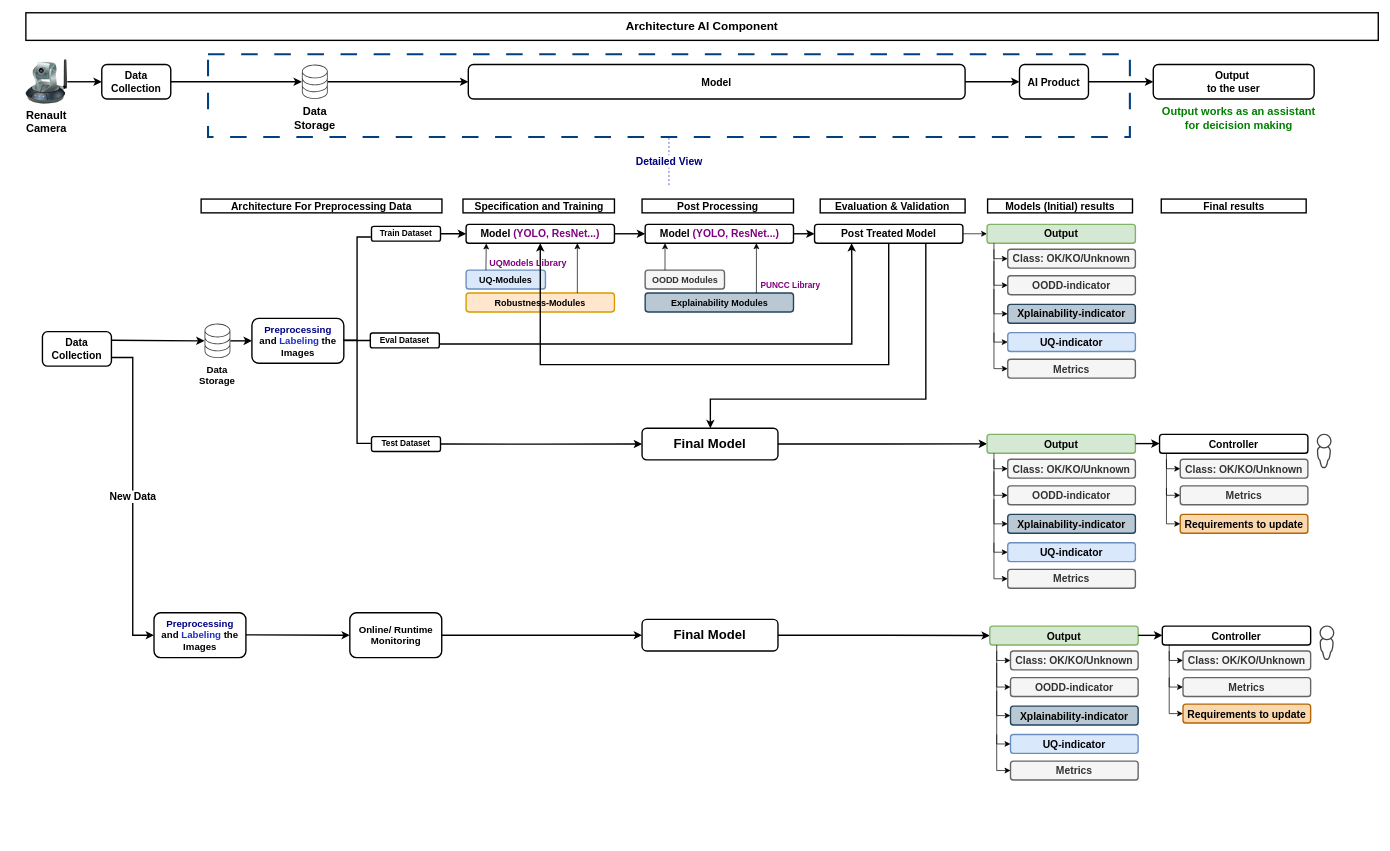
The draw.io diagram Diagramme sans nom.drawio in Michel93DM/IA_Composant_Architec, before the edit. Source tidied: cells renumbered, new cells numbered last; positions are measured from the earlier drawing's top-left corner, leaving out a move shared by most shapes. Both pictures are drawn from the tidied source at 69%, with x=0, y=0 at pixel (12, 12).
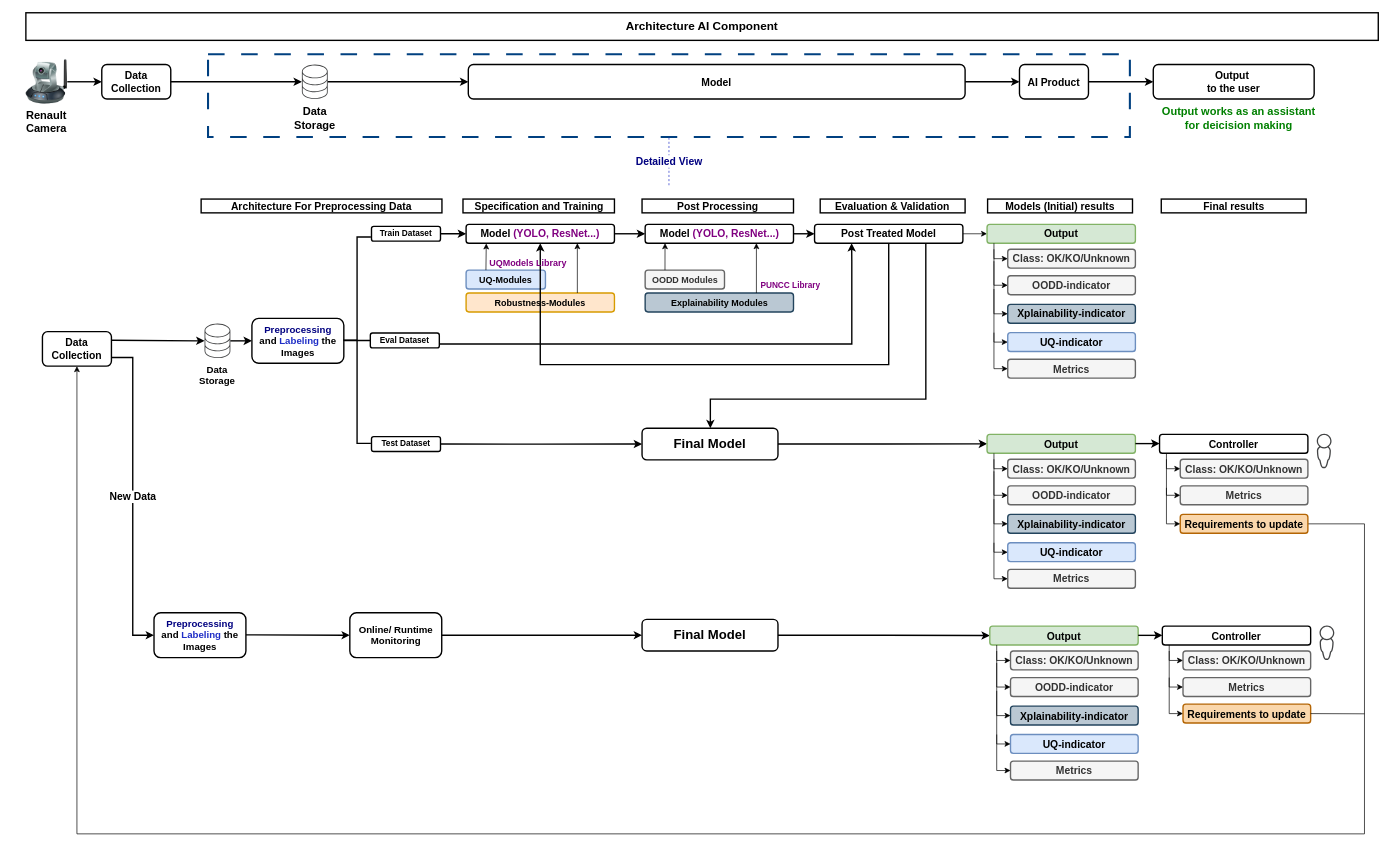
The same page after the edit.

The change refers to these unchanged cells:
```xml
<mxCell id="64" value="Data Collection" style="rounded=1;whiteSpace=wrap;html=1;strokeWidth=2;fontSize=15;fontStyle=1;" parent="1" vertex="1">
  <mxGeometry x="44" y="462.2" width="100" height="50" as="geometry" />
</mxCell>
<mxCell id="113" value="Requirements to update" style="rounded=1;whiteSpace=wrap;html=1;strokeWidth=2;fontSize=15;fontStyle=1;fillColor=#fad7ac;strokeColor=#b46504;" parent="1" vertex="1">
  <mxGeometry x="1693" y="727" width="185" height="27.4" as="geometry" />
</mxCell>
<mxCell id="115" value="Requirements to update" style="rounded=1;whiteSpace=wrap;html=1;strokeWidth=2;fontSize=15;fontStyle=1;fillColor=#fad7ac;strokeColor=#b46504;" parent="1" vertex="1">
  <mxGeometry x="1697" y="1002" width="185" height="27.4" as="geometry" />
</mxCell>
```

Diff of the diagram source:
```diff
@@
+    <mxCell id="117" style="edgeStyle=orthogonalEdgeStyle;rounded=0;jettySize=auto;html=1;exitX=1;exitY=0.5;exitDx=0;exitDy=0;entryX=0.5;entryY=1;entryDx=0;entryDy=0;" parent="1" edge="1" source="113" target="64">
+      <mxGeometry relative="1" as="geometry">
+        <Array as="points">
+          <mxPoint x="1960" y="741" />
+          <mxPoint x="1960" y="1190" />
+          <mxPoint x="94" y="1190" />
+        </Array>
+      </mxGeometry>
+    </mxCell>
@@
+    <mxCell id="118" style="endArrow=none;html=1;rounded=0;exitX=1;exitY=0.5;exitDx=0;exitDy=0;" parent="1" edge="1" source="115">
+      <mxGeometry relative="1" as="geometry">
+        <mxPoint x="1960" y="1016" as="targetPoint" />
+      </mxGeometry>
+    </mxCell>
```
